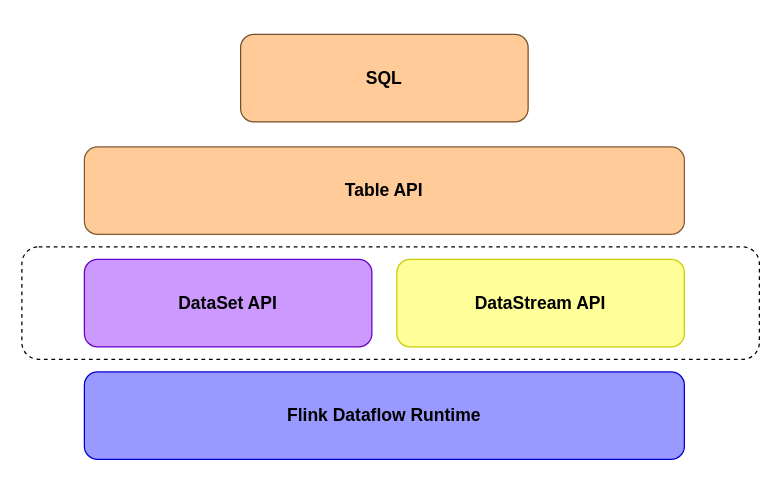
Earlier version of the draw.io diagram flink/Untitled Diagram.drawio (llrrbaba/BlogList). Source tidied: cells renumbered, new cells numbered last; positions are measured from the earlier drawing's top-left corner, leaving out a move shared by most shapes. Both pictures are drawn from the tidied source at 125%, with x=0, y=0 at pixel (21, 34).
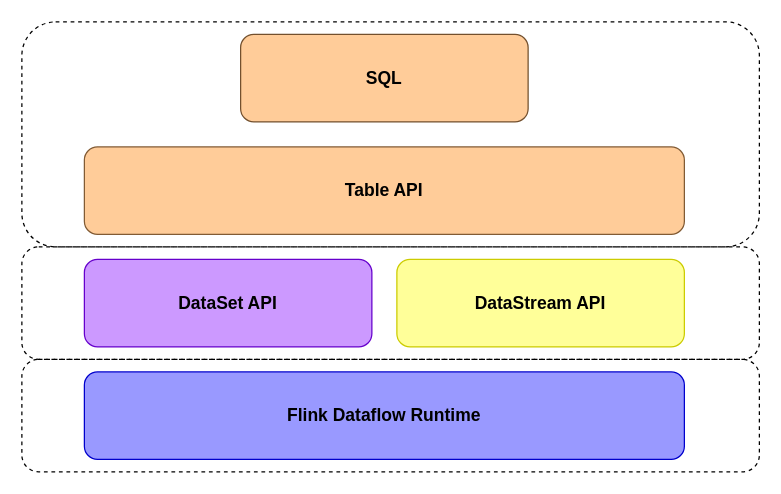
After the change.

Diff of the diagram source:
```diff
@@
 <mxGraphModel>
   <root>
     <mxCell id="0" />
     <mxCell id="1" parent="0" />
     <mxCell id="2" value="&lt;span style=&quot;font-size: 14px&quot;&gt;&lt;b&gt;Table API&lt;/b&gt;&lt;/span&gt;" style="rounded=1;whiteSpace=wrap;html=1;fillColor=#FFCC99;strokeColor=#825B34;" parent="1" vertex="1">
       <mxGeometry x="50" y="90" width="480" height="70" as="geometry" />
     </mxCell>
     <mxCell id="3" value="&lt;b&gt;&lt;font style=&quot;font-size: 14px&quot;&gt;DataSet API&lt;/font&gt;&lt;/b&gt;" style="rounded=1;whiteSpace=wrap;html=1;fillColor=#CC99FF;strokeColor=#6600CC;" parent="1" vertex="1">
       <mxGeometry x="50" y="180" width="230" height="70" as="geometry" />
     </mxCell>
     <mxCell id="4" value="&lt;b&gt;&lt;font style=&quot;font-size: 14px&quot;&gt;DataStream API&lt;/font&gt;&lt;/b&gt;" style="rounded=1;whiteSpace=wrap;html=1;fillColor=#FFFF99;strokeColor=#CCCC00;" parent="1" vertex="1">
       <mxGeometry x="300" y="180" width="230" height="70" as="geometry" />
     </mxCell>
     <mxCell id="5" value="&lt;b&gt;&lt;font style=&quot;font-size: 14px&quot;&gt;SQL&lt;/font&gt;&lt;/b&gt;" style="rounded=1;whiteSpace=wrap;html=1;fillColor=#FFCC99;strokeColor=#73502E;" parent="1" vertex="1">
       <mxGeometry x="175" width="230" height="70" as="geometry" />
     </mxCell>
     <mxCell id="6" value="&lt;span style=&quot;font-size: 14px&quot;&gt;&lt;b&gt;Flink Dataflow Runtime&lt;/b&gt;&lt;/span&gt;" style="rounded=1;whiteSpace=wrap;html=1;fillColor=#9999FF;strokeColor=#0000CC;" parent="1" vertex="1">
       <mxGeometry x="50" y="270" width="480" height="70" as="geometry" />
     </mxCell>
     <mxCell id="7" style="rounded=1;whiteSpace=wrap;html=1;strokeColor=#000000;fillColor=none;dashed=1;" parent="1" vertex="1">
       <mxGeometry y="170" width="590" height="90" as="geometry" />
     </mxCell>
+    <mxCell id="8" style="rounded=1;whiteSpace=wrap;html=1;dashed=1;strokeColor=#000000;fillColor=none;" parent="1" vertex="1">
+      <mxGeometry y="-10" width="590" height="180" as="geometry" />
+    </mxCell>
+    <mxCell id="9" style="rounded=1;whiteSpace=wrap;html=1;strokeColor=#000000;fillColor=none;dashed=1;" parent="1" vertex="1">
+      <mxGeometry y="260" width="590" height="90" as="geometry" />
+    </mxCell>
   </root>
 </mxGraphModel>
```
